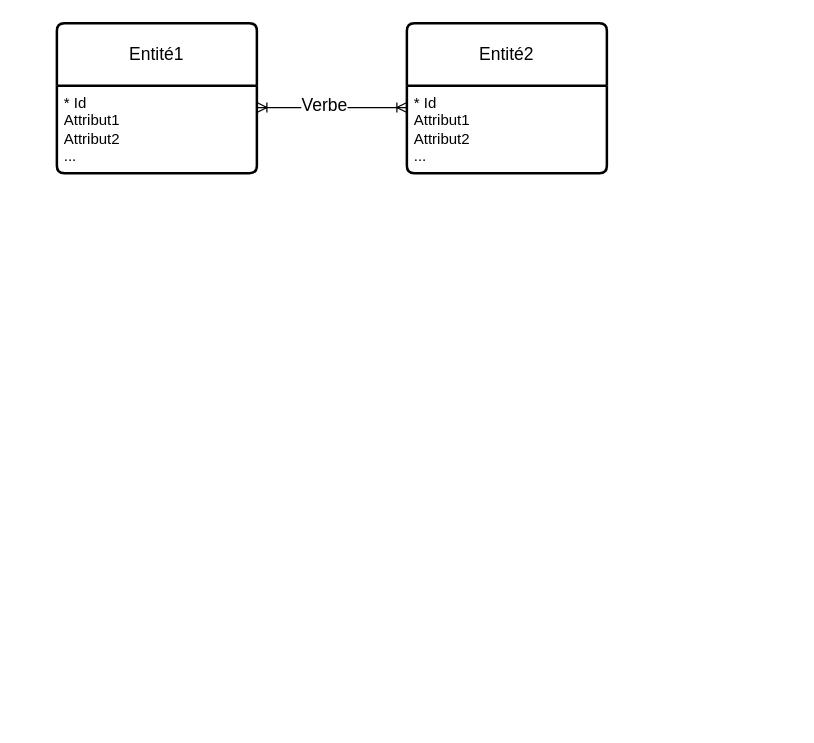
This is générique-entité-n-n-attributs-1.drawio from wilcar/BDD, a draw.io file, before an edit. Source tidied: cells renumbered, new cells numbered last; positions are measured from the earlier drawing's top-left corner, leaving out a move shared by most shapes. Both pictures are drawn from the tidied source at 125%, with x=0, y=0 at pixel (56, 22).
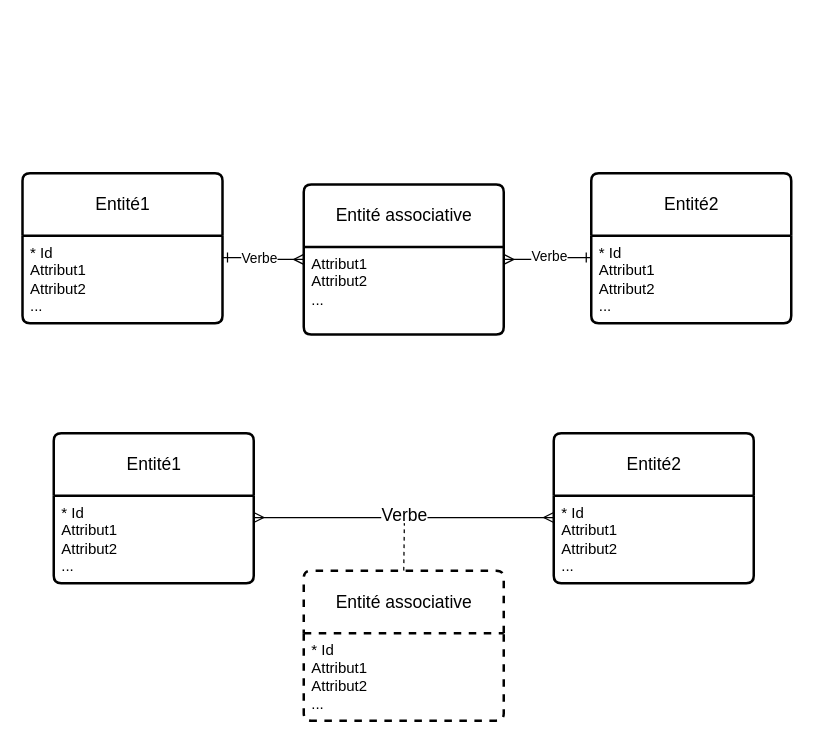
The same diagram, later.

Commit message:
Mettre à jour générique-entité-n-n-attributs-1.drawio

The change refers to these unchanged cells:
```xml
<mxCell id="3" value="&lt;div&gt;* Id&lt;/div&gt;&lt;div&gt;Attribut1&lt;/div&gt;&lt;div&gt;Attribut2&lt;/div&gt;&lt;div&gt;...&lt;br&gt;&lt;/div&gt;" style="align=left;strokeColor=none;fillColor=none;spacingLeft=4;fontSize=12;verticalAlign=top;html=1;" parent="2" vertex="1">
  <mxGeometry y="50" width="160" height="70" as="geometry" />
</mxCell>
<mxCell id="5" value="&lt;div&gt;* Id&lt;/div&gt;&lt;div&gt;Attribut1&lt;/div&gt;&lt;div&gt;Attribut2&lt;/div&gt;&lt;div&gt;...&lt;br&gt;&lt;/div&gt;" style="align=left;strokeColor=none;fillColor=none;spacingLeft=4;fontSize=12;verticalAlign=top;html=1;" parent="4" vertex="1">
  <mxGeometry y="50" width="160" height="70" as="geometry" />
</mxCell>
```

What changed in the source:
```diff
@@
     <mxCell id="2" value="Entité1" style="swimlane;horizontal=1;startSize=50;rounded=1;fontSize=14;fontStyle=0;strokeWidth=2;shadow=0;dashed=0;align=center;arcSize=4;whiteSpace=wrap;html=1;" parent="1" vertex="1">
-      <mxGeometry width="160" height="120" as="geometry" />
+      <mxGeometry x="-2.5" y="328" width="160" height="120" as="geometry" />
     </mxCell>
@@
     <mxCell id="4" value="Entité2" style="swimlane;horizontal=1;startSize=50;rounded=1;fontSize=14;fontStyle=0;strokeWidth=2;shadow=0;dashed=0;align=center;arcSize=4;whiteSpace=wrap;html=1;" parent="1" vertex="1">
-      <mxGeometry x="280" width="160" height="120" as="geometry" />
+      <mxGeometry x="397.5" y="328" width="160" height="120" as="geometry" />
     </mxCell>
@@
-    <mxCell id="6" style="edgeStyle=entityRelationEdgeStyle;fontSize=12;html=1;endArrow=ERoneToMany;startArrow=ERoneToMany;rounded=0;exitX=1;exitY=0.25;exitDx=0;exitDy=0;entryX=0;entryY=0.25;entryDx=0;entryDy=0;" parent="1" edge="1" source="3" target="5">
+    <mxCell id="6" style="edgeStyle=entityRelationEdgeStyle;fontSize=12;html=1;endArrow=ERmany;startArrow=ERmany;rounded=0;exitX=1;exitY=0.25;exitDx=0;exitDy=0;entryX=0;entryY=0.25;entryDx=0;entryDy=0;endFill=0;startFill=0;" parent="1" edge="1" source="3" target="5">
       <mxGeometry relative="1" as="geometry" />
     </mxCell>
     <mxCell id="7" value="Verbe" style="edgeLabel;html=1;align=center;verticalAlign=middle;fontSize=14;" parent="6" vertex="1">
       <mxGeometry x="-0.12" y="3" relative="1" as="geometry">
-        <mxPoint y="1" as="offset" />
+        <mxPoint x="14" y="1" as="offset" />
       </mxGeometry>
     </mxCell>
+    <mxCell id="8" value="Entité associative" style="swimlane;horizontal=1;startSize=50;rounded=1;fontSize=14;fontStyle=0;strokeWidth=2;shadow=0;dashed=1;align=center;arcSize=4;whiteSpace=wrap;html=1;" parent="1" vertex="1">
+      <mxGeometry x="197.5" y="438" width="160" height="120" as="geometry" />
+    </mxCell>
+    <mxCell id="9" value="&lt;div&gt;* Id&lt;/div&gt;&lt;div&gt;Attribut1&lt;/div&gt;&lt;div&gt;Attribut2&lt;/div&gt;&lt;div&gt;...&lt;br&gt;&lt;/div&gt;" style="align=left;strokeColor=none;fillColor=none;spacingLeft=4;fontSize=12;verticalAlign=top;html=1;dashed=1;" parent="8" vertex="1">
+      <mxGeometry y="50" width="160" height="70" as="geometry" />
+    </mxCell>
+    <mxCell id="10" style="endArrow=none;html=1;rounded=0;exitX=0.5;exitY=0;exitDx=0;exitDy=0;dashed=1;strokeWidth=1;" parent="1" edge="1" source="8">
+      <mxGeometry relative="1" as="geometry">
+        <mxPoint x="278" y="400" as="targetPoint" />
+      </mxGeometry>
+    </mxCell>
+    <mxCell id="11" value="Entité1" style="swimlane;horizontal=1;startSize=50;rounded=1;fontSize=14;fontStyle=0;strokeWidth=2;shadow=0;dashed=0;align=center;arcSize=4;whiteSpace=wrap;html=1;" parent="1" vertex="1">
+      <mxGeometry x="-27.5" y="120" width="160" height="120" as="geometry" />
+    </mxCell>
+    <mxCell id="12" value="&lt;div&gt;* Id&lt;/div&gt;&lt;div&gt;Attribut1&lt;/div&gt;&lt;div&gt;Attribut2&lt;/div&gt;&lt;div&gt;...&lt;br&gt;&lt;/div&gt;" style="align=left;strokeColor=none;fillColor=none;spacingLeft=4;fontSize=12;verticalAlign=top;html=1;" parent="11" vertex="1">
+      <mxGeometry y="50" width="160" height="70" as="geometry" />
+    </mxCell>
+    <mxCell id="13" value="Entité2" style="swimlane;horizontal=1;startSize=50;rounded=1;fontSize=14;fontStyle=0;strokeWidth=2;shadow=0;dashed=0;align=center;arcSize=4;whiteSpace=wrap;html=1;" parent="1" vertex="1">
+      <mxGeometry x="427.5" y="120" width="160" height="120" as="geometry" />
+    </mxCell>
+    <mxCell id="14" value="&lt;div&gt;* Id&lt;/div&gt;&lt;div&gt;Attribut1&lt;/div&gt;&lt;div&gt;Attribut2&lt;/div&gt;&lt;div&gt;...&lt;br&gt;&lt;/div&gt;" style="align=left;strokeColor=none;fillColor=none;spacingLeft=4;fontSize=12;verticalAlign=top;html=1;" parent="13" vertex="1">
+      <mxGeometry y="50" width="160" height="70" as="geometry" />
+    </mxCell>
+    <mxCell id="15" style="edgeStyle=entityRelationEdgeStyle;fontSize=12;html=1;endArrow=ERone;startArrow=ERmany;rounded=0;exitX=1;exitY=0.5;exitDx=0;exitDy=0;entryX=0;entryY=0.25;entryDx=0;entryDy=0;endFill=0;startFill=0;" parent="1" edge="1" source="20" target="14">
+      <mxGeometry relative="1" as="geometry" />
+    </mxCell>
+    <mxCell id="16" value="&lt;div&gt;Verbe&lt;/div&gt;&lt;div&gt;&lt;br&gt;&lt;/div&gt;" style="edgeLabel;html=1;align=center;verticalAlign=middle;" parent="15" vertex="1">
+      <mxGeometry x="-0.15" y="-3" relative="1" as="geometry">
+        <mxPoint x="6" y="2" as="offset" />
+      </mxGeometry>
+    </mxCell>
+    <mxCell id="17" style="endArrow=none;html=1;rounded=0;exitX=0.5;exitY=0;exitDx=0;exitDy=0;dashed=1;strokeWidth=1;" parent="1" edge="1" source="20">
+      <mxGeometry relative="1" as="geometry">
+        <mxPoint x="267.5" y="159" as="targetPoint" />
+      </mxGeometry>
+    </mxCell>
+    <mxCell id="18" style="edgeStyle=entityRelationEdgeStyle;fontSize=12;html=1;endArrow=ERmany;startArrow=ERone;rounded=0;exitX=1;exitY=0.25;exitDx=0;exitDy=0;entryX=0;entryY=0.5;entryDx=0;entryDy=0;endFill=0;startFill=0;" parent="1" edge="1" source="12" target="20">
+      <mxGeometry relative="1" as="geometry" />
+    </mxCell>
+    <mxCell id="19" value="Verbe" style="edgeLabel;html=1;align=center;verticalAlign=middle;" parent="18" vertex="1">
+      <mxGeometry x="-0.11" y="1" relative="1" as="geometry">
+        <mxPoint y="1" as="offset" />
+      </mxGeometry>
+    </mxCell>
+    <mxCell id="20" value="Entité associative" style="swimlane;horizontal=1;startSize=50;rounded=1;fontSize=14;fontStyle=0;strokeWidth=2;shadow=0;align=center;arcSize=4;whiteSpace=wrap;html=1;" parent="1" vertex="1">
+      <mxGeometry x="197.5" y="129" width="160" height="120" as="geometry" />
+    </mxCell>
+    <mxCell id="21" value="&lt;div&gt;Attribut1&lt;/div&gt;&lt;div&gt;Attribut2&lt;/div&gt;&lt;div&gt;...&lt;br&gt;&lt;/div&gt;" style="align=left;strokeColor=none;fillColor=none;spacingLeft=4;fontSize=12;verticalAlign=top;html=1;dashed=1;" parent="20" vertex="1">
+      <mxGeometry y="50" width="160" height="70" as="geometry" />
+    </mxCell>
+    <mxCell id="22" style="edgeStyle=orthogonalEdgeStyle;rounded=0;orthogonalLoop=1;jettySize=auto;html=1;exitX=0.5;exitY=1;exitDx=0;exitDy=0;" parent="20" edge="1" source="21" target="21">
+      <mxGeometry relative="1" as="geometry" />
+    </mxCell>
```
